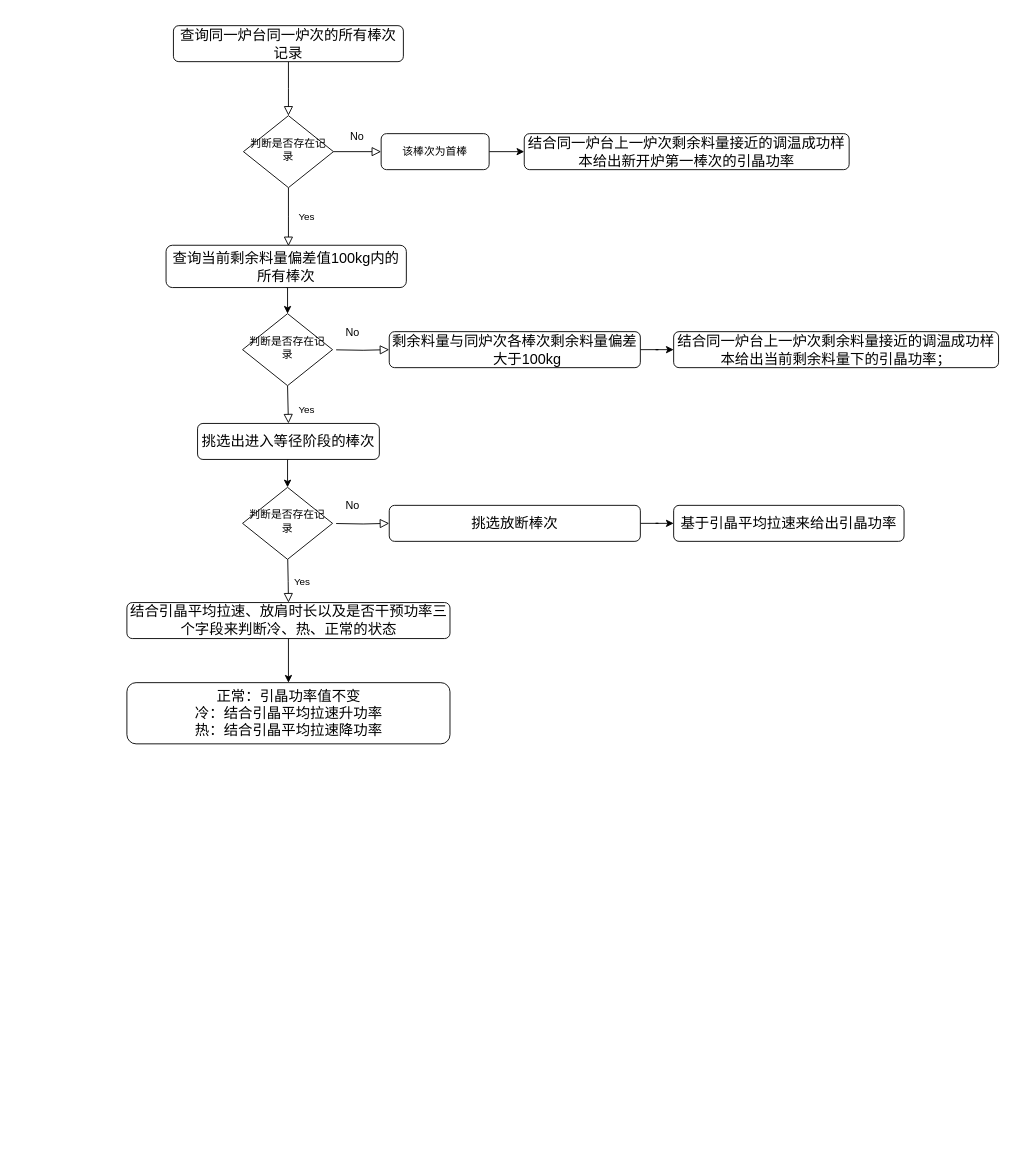
The draw.io diagram 调温结合上一棒次引晶功率的业务规则流程图.drawio in ykchasingwind/2019iFLYTEK_MachineryLife_Baseline, before the edit. Source tidied: cells renumbered, new cells numbered last; positions are measured from the earlier drawing's top-left corner, leaving out a move shared by most shapes. Both pictures are drawn from the tidied source at 90%, with x=0, y=0 at pixel (126, 25).
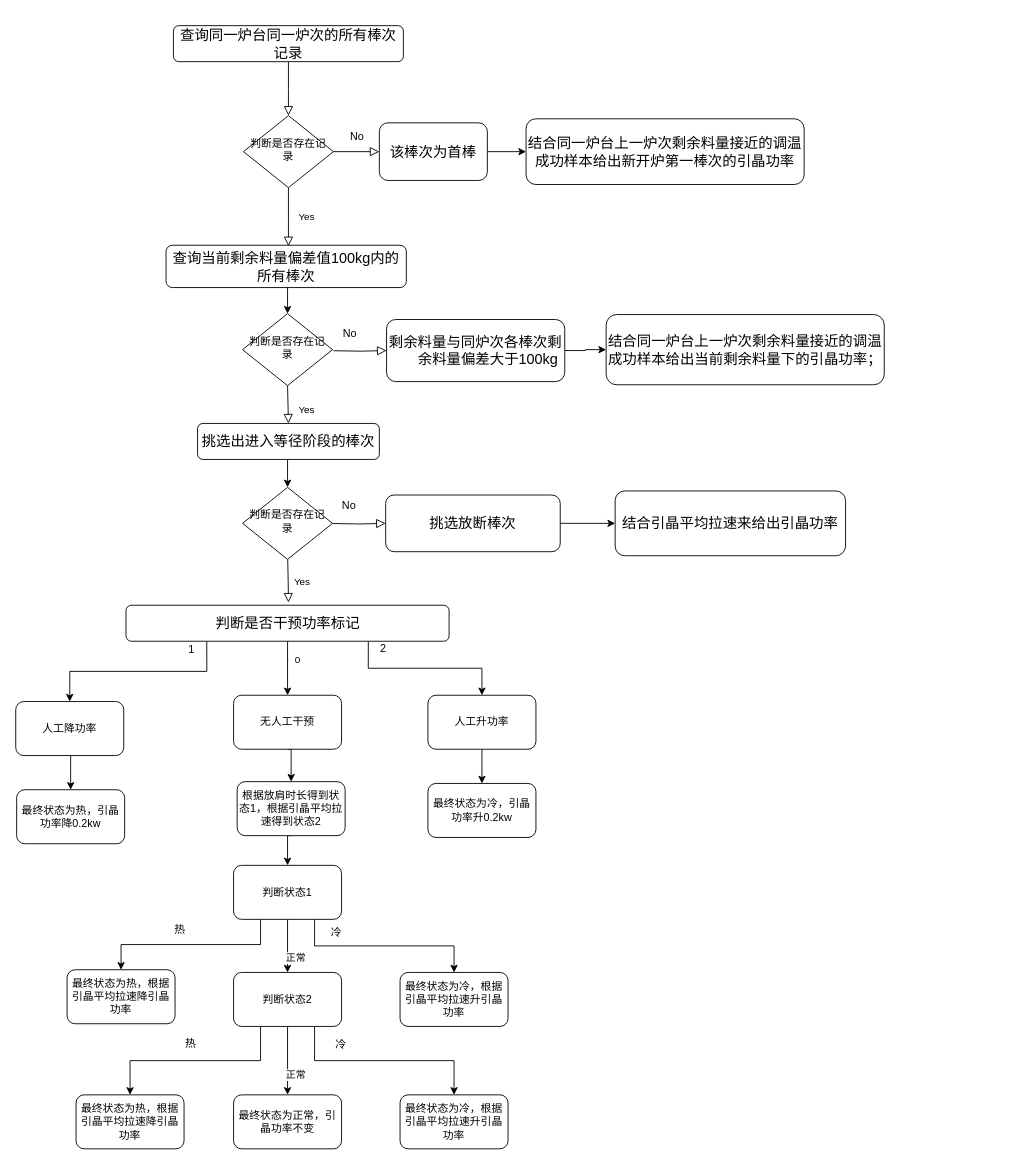
The same page after the edit.

Commit message (it also covers changes not shown here):
更新调温结合上一棒次引晶功率的业务规则流程图.drawio

Diff of the diagram source:
```diff
@@
     <mxCell id="10" value="&lt;p style=&quot;&quot; class=&quot;MsoNormal&quot;&gt;&lt;span style=&quot;font-family: 宋体; font-size: 12pt;&quot;&gt;结合同一炉台上一炉次剩余料量接近的调温成功样本给出新开炉第一棒次的引晶功率&lt;/span&gt;&lt;span style=&quot;font-family: 宋体; font-size: 12pt;&quot;&gt;&lt;/span&gt;&lt;/p&gt;" style="rounded=1;whiteSpace=wrap;html=1;fontSize=12;glass=0;strokeWidth=1;shadow=0;" parent="1" vertex="1">
-      <mxGeometry x="442" y="120" width="361" height="40" as="geometry" />
+      <mxGeometry x="444" y="103.5" width="309" height="73" as="geometry" />
     </mxCell>
@@
-    <mxCell id="12" value="该棒次为首棒" style="rounded=1;whiteSpace=wrap;html=1;fontSize=12;glass=0;strokeWidth=1;shadow=0;" parent="1" vertex="1">
-      <mxGeometry x="283" y="120" width="120" height="40" as="geometry" />
+    <mxCell id="12" value="&lt;span style=&quot;font-family: 宋体; font-size: 16px;&quot;&gt;该棒次为首棒&lt;/span&gt;" style="rounded=1;whiteSpace=wrap;html=1;fontSize=12;glass=0;strokeWidth=1;shadow=0;" parent="1" vertex="1">
+      <mxGeometry x="281" y="108" width="120" height="64" as="geometry" />
     </mxCell>
@@
     <mxCell id="17" style="edgeStyle=orthogonalEdgeStyle;rounded=0;html=1;jettySize=auto;fontSize=11;endArrow=block;endFill=0;endSize=8;strokeWidth=1;shadow=0;labelBackgroundColor=none;" parent="1" edge="1" target="19">
       <mxGeometry x="-0.46" y="-4" relative="1" as="geometry">
-        <mxPoint x="233" y="360.2" as="sourcePoint" />
+        <mxPoint x="230" y="361.2" as="sourcePoint" />
       </mxGeometry>
     </mxCell>
@@
     <mxCell id="19" value="&lt;p style=&quot;margin-left: 21pt; text-indent: -21pt;&quot; class=&quot;MsoNormal&quot;&gt;&lt;span style=&quot;font-family: 宋体; font-size: 12pt;&quot;&gt;&lt;font face=&quot;宋体&quot;&gt;剩余料量与同炉次各棒次剩余料量偏差大于100kg&lt;/font&gt;&lt;/span&gt;&lt;span style=&quot;font-family: 宋体; font-size: 12pt;&quot;&gt;&lt;/span&gt;&lt;/p&gt;" style="rounded=1;whiteSpace=wrap;html=1;fontSize=12;glass=0;strokeWidth=1;shadow=0;" parent="1" vertex="1">
-      <mxGeometry x="292" y="340" width="279" height="40" as="geometry" />
+      <mxGeometry x="289" y="326.5" width="198" height="69" as="geometry" />
     </mxCell>
     <mxCell id="20" value="&lt;p class=&quot;MsoNormal&quot;&gt;&lt;span style=&quot;font-family: 宋体; font-size: 12pt;&quot;&gt;结合同一炉台上一炉次剩余料量接近的调温成功样本给出当前剩余料量下的引晶功率；&lt;/span&gt;&lt;/p&gt;" style="rounded=1;whiteSpace=wrap;html=1;fontSize=12;glass=0;strokeWidth=1;shadow=0;" parent="1" vertex="1">
-      <mxGeometry x="608" y="340" width="361" height="40" as="geometry" />
+      <mxGeometry x="533" y="321" width="309" height="78" as="geometry" />
     </mxCell>
     <mxCell id="21" value="No" style="text;html=1;align=center;verticalAlign=middle;strokeColor=none;fillColor=none;" parent="1" vertex="1">
-      <mxGeometry x="234" y="328" width="33" height="26" as="geometry" />
+      <mxGeometry x="231" y="329" width="33" height="26" as="geometry" />
     </mxCell>
@@
     <mxCell id="23" style="edgeStyle=orthogonalEdgeStyle;rounded=0;html=1;jettySize=auto;fontSize=11;endArrow=block;endFill=0;endSize=8;strokeWidth=1;shadow=0;labelBackgroundColor=none;" parent="1" edge="1" target="25">
       <mxGeometry x="-0.46" y="-4" relative="1" as="geometry">
-        <mxPoint x="233" y="553.2" as="sourcePoint" />
+        <mxPoint x="229" y="553.2" as="sourcePoint" />
       </mxGeometry>
     </mxCell>
@@
     <mxCell id="25" value="&lt;span style=&quot;font-family: 宋体; font-size: 16px;&quot;&gt;挑选放断棒次&lt;/span&gt;" style="rounded=1;whiteSpace=wrap;html=1;fontSize=12;glass=0;strokeWidth=1;shadow=0;" parent="1" vertex="1">
-      <mxGeometry x="292" y="533" width="279" height="40" as="geometry" />
+      <mxGeometry x="288" y="521.5" width="194" height="63" as="geometry" />
     </mxCell>
-    <mxCell id="26" value="&lt;p style=&quot;mso-pagination:widow-orphan;text-align:left;&quot; class=&quot;MsoNormal&quot;&gt;&lt;span style=&quot;font-family: 宋体; font-size: 12pt;&quot;&gt;基于引晶平均拉速来给出&lt;/span&gt;&lt;span style=&quot;font-family: 宋体; font-size: 12pt;&quot;&gt;引晶功率&lt;/span&gt;&lt;span style=&quot;font-family: 宋体; font-size: 12pt;&quot;&gt;&lt;/span&gt;&lt;/p&gt;" style="rounded=1;whiteSpace=wrap;html=1;fontSize=12;glass=0;strokeWidth=1;shadow=0;" parent="1" vertex="1">
-      <mxGeometry x="608" y="533" width="256" height="40" as="geometry" />
+    <mxCell id="26" value="&lt;p style=&quot;mso-pagination:widow-orphan;text-align:left;&quot; class=&quot;MsoNormal&quot;&gt;&lt;span style=&quot;font-family: 宋体; font-size: 12pt;&quot;&gt;结合引晶平均拉速来给出&lt;/span&gt;&lt;span style=&quot;font-family: 宋体; font-size: 12pt;&quot;&gt;引晶功率&lt;/span&gt;&lt;span style=&quot;font-family: 宋体; font-size: 12pt;&quot;&gt;&lt;/span&gt;&lt;/p&gt;" style="rounded=1;whiteSpace=wrap;html=1;fontSize=12;glass=0;strokeWidth=1;shadow=0;" parent="1" vertex="1">
+      <mxGeometry x="543" y="517" width="256" height="72" as="geometry" />
     </mxCell>
     <mxCell id="27" value="No" style="text;html=1;align=center;verticalAlign=middle;strokeColor=none;fillColor=none;" parent="1" vertex="1">
-      <mxGeometry x="234" y="521" width="33" height="26" as="geometry" />
+      <mxGeometry x="230" y="521" width="33" height="26" as="geometry" />
     </mxCell>
-    <mxCell id="28" style="edgeStyle=orthogonalEdgeStyle;rounded=0;jettySize=auto;html=1;exitX=0.5;exitY=1;exitDx=0;exitDy=0;entryX=0.5;entryY=0;entryDx=0;entryDy=0;" parent="1" edge="1" source="29" target="31">
-      <mxGeometry relative="1" as="geometry" />
-    </mxCell>
+    <mxCell id="32" style="edgeStyle=orthogonalEdgeStyle;rounded=0;jettySize=auto;html=1;exitX=0.75;exitY=1;exitDx=0;exitDy=0;entryX=0.5;entryY=0;entryDx=0;entryDy=0;" parent="1" edge="1" source="29" target="39">
+      <mxGeometry relative="1" as="geometry" />
+    </mxCell>
+    <mxCell id="33" style="edgeStyle=orthogonalEdgeStyle;rounded=0;jettySize=auto;html=1;exitX=0.5;exitY=1;exitDx=0;exitDy=0;entryX=0.5;entryY=0;entryDx=0;entryDy=0;" parent="1" edge="1" source="29" target="37">
+      <mxGeometry relative="1" as="geometry" />
+    </mxCell>
+    <mxCell id="34" value="0" style="edgeLabel;html=1;align=center;verticalAlign=middle;" parent="33" vertex="1">
+      <mxGeometry x="-0.35" y="10" relative="1" as="geometry" />
+    </mxCell>
+    <mxCell id="35" style="edgeStyle=orthogonalEdgeStyle;rounded=0;jettySize=auto;html=1;exitX=0.25;exitY=1;exitDx=0;exitDy=0;entryX=0.5;entryY=0;entryDx=0;entryDy=0;" parent="1" edge="1" source="29" target="64">
+      <mxGeometry relative="1" as="geometry" />
+    </mxCell>
-    <mxCell id="29" value="&lt;p class=&quot;MsoNormal&quot;&gt;&lt;span style=&quot;font-family: 宋体; font-size: 12pt;&quot;&gt;结合引晶平均拉速、放肩时长以及是否干预功率三个字段来判断冷、热、正常的状态&lt;/span&gt;&lt;/p&gt;" style="rounded=1;whiteSpace=wrap;html=1;fontSize=12;glass=0;strokeWidth=1;shadow=0;" parent="1" vertex="1">
-      <mxGeometry x="0.5" y="641" width="359" height="40" as="geometry" />
+    <mxCell id="29" value="&lt;p class=&quot;MsoNormal&quot;&gt;&lt;span style=&quot;font-family: 宋体; font-size: 12pt;&quot;&gt;判断是否干预功率标记&lt;/span&gt;&lt;/p&gt;" style="rounded=1;whiteSpace=wrap;html=1;fontSize=12;glass=0;strokeWidth=1;shadow=0;" parent="1" vertex="1">
+      <mxGeometry x="-0.5" y="644" width="359" height="40" as="geometry" />
     </mxCell>
@@
-    <mxCell id="31" value="&lt;p class=&quot;MsoNormal&quot;&gt;&lt;font face=&quot;宋体&quot;&gt;&lt;span style=&quot;font-size: 16px;&quot;&gt;正常：引晶功率值不变&lt;br&gt;冷：结合引晶平均拉速升功率&lt;br&gt;热：结合引晶平均拉速降功率&lt;/span&gt;&lt;/font&gt;&lt;/p&gt;" style="rounded=1;whiteSpace=wrap;html=1;fontSize=12;glass=0;strokeWidth=1;shadow=0;" parent="1" vertex="1">
-      <mxGeometry x="0.5" y="730" width="359" height="68" as="geometry" />
-    </mxCell>
+    <mxCell id="36" style="edgeStyle=orthogonalEdgeStyle;rounded=0;jettySize=auto;html=1;exitX=0.5;exitY=1;exitDx=0;exitDy=0;entryX=0.5;entryY=0;entryDx=0;entryDy=0;" parent="1" edge="1" source="37" target="44">
+      <mxGeometry relative="1" as="geometry" />
+    </mxCell>
+    <mxCell id="37" value="无人工干预" style="rounded=1;whiteSpace=wrap;html=1;" parent="1" vertex="1">
+      <mxGeometry x="119" y="744" width="120" height="60" as="geometry" />
+    </mxCell>
+    <mxCell id="38" style="edgeStyle=orthogonalEdgeStyle;rounded=0;jettySize=auto;html=1;exitX=0.5;exitY=1;exitDx=0;exitDy=0;entryX=0.5;entryY=0;entryDx=0;entryDy=0;" parent="1" edge="1" source="39" target="42">
+      <mxGeometry relative="1" as="geometry" />
+    </mxCell>
+    <mxCell id="39" value="人工升功率" style="rounded=1;whiteSpace=wrap;html=1;" parent="1" vertex="1">
+      <mxGeometry x="335" y="744" width="120" height="60" as="geometry" />
+    </mxCell>
+    <mxCell id="40" value="1" style="text;html=1;align=center;verticalAlign=middle;strokeColor=none;fillColor=none;" parent="1" vertex="1">
+      <mxGeometry x="59" y="681" width="25" height="26" as="geometry" />
+    </mxCell>
+    <mxCell id="41" value="2" style="text;html=1;align=center;verticalAlign=middle;strokeColor=none;fillColor=none;" parent="1" vertex="1">
+      <mxGeometry x="272" y="680" width="25" height="26" as="geometry" />
+    </mxCell>
+    <mxCell id="42" value="最终状态为冷，引晶功率升0.2kw" style="rounded=1;whiteSpace=wrap;html=1;" parent="1" vertex="1">
+      <mxGeometry x="335" y="842" width="120" height="60" as="geometry" />
+    </mxCell>
+    <mxCell id="43" style="edgeStyle=orthogonalEdgeStyle;rounded=0;jettySize=auto;html=1;exitX=0.5;exitY=1;exitDx=0;exitDy=0;entryX=0.5;entryY=0;entryDx=0;entryDy=0;" parent="1" edge="1" source="44">
+      <mxGeometry relative="1" as="geometry">
+        <mxPoint x="179" y="933" as="targetPoint" />
+      </mxGeometry>
+    </mxCell>
+    <mxCell id="44" value="根据放肩时长得到状态1，根据引晶平均拉速得到状态2" style="rounded=1;whiteSpace=wrap;html=1;" parent="1" vertex="1">
+      <mxGeometry x="123" y="840" width="120" height="60" as="geometry" />
+    </mxCell>
+    <mxCell id="45" style="edgeStyle=orthogonalEdgeStyle;rounded=0;jettySize=auto;html=1;exitX=0.5;exitY=1;exitDx=0;exitDy=0;" parent="1" edge="1" source="49" target="55">
+      <mxGeometry relative="1" as="geometry" />
+    </mxCell>
+    <mxCell id="46" value="正常" style="edgeLabel;html=1;align=center;verticalAlign=middle;" parent="45" vertex="1">
+      <mxGeometry x="0.42" y="8" relative="1" as="geometry" />
+    </mxCell>
+    <mxCell id="47" style="edgeStyle=orthogonalEdgeStyle;rounded=0;jettySize=auto;html=1;exitX=0.25;exitY=1;exitDx=0;exitDy=0;entryX=0.5;entryY=0;entryDx=0;entryDy=0;" parent="1" edge="1" source="49" target="50">
+      <mxGeometry relative="1" as="geometry" />
+    </mxCell>
+    <mxCell id="48" style="edgeStyle=orthogonalEdgeStyle;rounded=0;jettySize=auto;html=1;exitX=0.75;exitY=1;exitDx=0;exitDy=0;entryX=0.5;entryY=0;entryDx=0;entryDy=0;" parent="1" edge="1" source="49" target="56">
+      <mxGeometry relative="1" as="geometry" />
+    </mxCell>
+    <mxCell id="49" value="判断状态1" style="rounded=1;whiteSpace=wrap;html=1;" parent="1" vertex="1">
+      <mxGeometry x="119" y="933" width="120" height="60" as="geometry" />
+    </mxCell>
+    <mxCell id="50" value="最终状态为热，根据引晶平均拉速降引晶功率" style="rounded=1;whiteSpace=wrap;html=1;" parent="1" vertex="1">
+      <mxGeometry x="-66" y="1049" width="120" height="60" as="geometry" />
+    </mxCell>
+    <mxCell id="51" style="edgeStyle=orthogonalEdgeStyle;rounded=0;jettySize=auto;html=1;exitX=0.5;exitY=1;exitDx=0;exitDy=0;entryX=0.5;entryY=0;entryDx=0;entryDy=0;" parent="1" edge="1" source="55" target="59">
+      <mxGeometry relative="1" as="geometry" />
+    </mxCell>
+    <mxCell id="52" value="正常" style="edgeLabel;html=1;align=center;verticalAlign=middle;" parent="51" vertex="1">
+      <mxGeometry x="0.4" y="8" relative="1" as="geometry" />
+    </mxCell>
+    <mxCell id="53" style="edgeStyle=orthogonalEdgeStyle;rounded=0;jettySize=auto;html=1;exitX=0.25;exitY=1;exitDx=0;exitDy=0;entryX=0.5;entryY=0;entryDx=0;entryDy=0;" parent="1" edge="1" source="55" target="60">
+      <mxGeometry relative="1" as="geometry" />
+    </mxCell>
+    <mxCell id="54" style="edgeStyle=orthogonalEdgeStyle;rounded=0;jettySize=auto;html=1;exitX=0.75;exitY=1;exitDx=0;exitDy=0;entryX=0.5;entryY=0;entryDx=0;entryDy=0;" parent="1" edge="1" source="55" target="61">
+      <mxGeometry relative="1" as="geometry" />
+    </mxCell>
+    <mxCell id="55" value="判断状态2" style="rounded=1;whiteSpace=wrap;html=1;" parent="1" vertex="1">
+      <mxGeometry x="119" y="1052" width="120" height="60" as="geometry" />
+    </mxCell>
+    <mxCell id="56" value="最终状态为冷，根据引晶平均拉速升引晶功率" style="rounded=1;whiteSpace=wrap;html=1;" parent="1" vertex="1">
+      <mxGeometry x="304" y="1052" width="120" height="60" as="geometry" />
+    </mxCell>
+    <mxCell id="57" value="热" style="text;html=1;align=center;verticalAlign=middle;strokeColor=none;fillColor=none;" parent="1" vertex="1">
+      <mxGeometry x="44" y="992" width="30" height="26" as="geometry" />
+    </mxCell>
+    <mxCell id="58" value="冷" style="text;html=1;align=center;verticalAlign=middle;strokeColor=none;fillColor=none;" parent="1" vertex="1">
+      <mxGeometry x="218" y="995" width="30" height="26" as="geometry" />
+    </mxCell>
+    <mxCell id="59" value="最终状态为正常，引晶功率不变" style="rounded=1;whiteSpace=wrap;html=1;" parent="1" vertex="1">
+      <mxGeometry x="119" y="1188" width="120" height="60" as="geometry" />
+    </mxCell>
+    <mxCell id="60" value="最终状态为热，根据引晶平均拉速降引晶功率" style="rounded=1;whiteSpace=wrap;html=1;" parent="1" vertex="1">
+      <mxGeometry x="-56" y="1188" width="120" height="60" as="geometry" />
+    </mxCell>
+    <mxCell id="61" value="最终状态为冷，根据引晶平均拉速升引晶功率" style="rounded=1;whiteSpace=wrap;html=1;" parent="1" vertex="1">
+      <mxGeometry x="304" y="1188" width="120" height="60" as="geometry" />
+    </mxCell>
+    <mxCell id="62" value="热" style="text;html=1;align=center;verticalAlign=middle;strokeColor=none;fillColor=none;" parent="1" vertex="1">
+      <mxGeometry x="56" y="1118" width="30" height="26" as="geometry" />
+    </mxCell>
+    <mxCell id="63" value="冷" style="text;html=1;align=center;verticalAlign=middle;strokeColor=none;fillColor=none;" parent="1" vertex="1">
+      <mxGeometry x="223" y="1119" width="30" height="26" as="geometry" />
+    </mxCell>
+    <mxCell id="64" value="人工降功率" style="rounded=1;whiteSpace=wrap;html=1;" parent="1" vertex="1">
+      <mxGeometry x="-123" y="751" width="120" height="60" as="geometry" />
+    </mxCell>
+    <mxCell id="65" style="edgeStyle=orthogonalEdgeStyle;rounded=0;jettySize=auto;html=1;exitX=0.5;exitY=1;exitDx=0;exitDy=0;entryX=0.5;entryY=0;entryDx=0;entryDy=0;" parent="1" edge="1" target="66">
+      <mxGeometry relative="1" as="geometry">
+        <mxPoint x="-62" y="811" as="sourcePoint" />
+      </mxGeometry>
+    </mxCell>
+    <mxCell id="66" value="最终状态为热，引晶功率降0.2kw" style="rounded=1;whiteSpace=wrap;html=1;" parent="1" vertex="1">
+      <mxGeometry x="-122" y="849" width="120" height="60" as="geometry" />
+    </mxCell>
```
